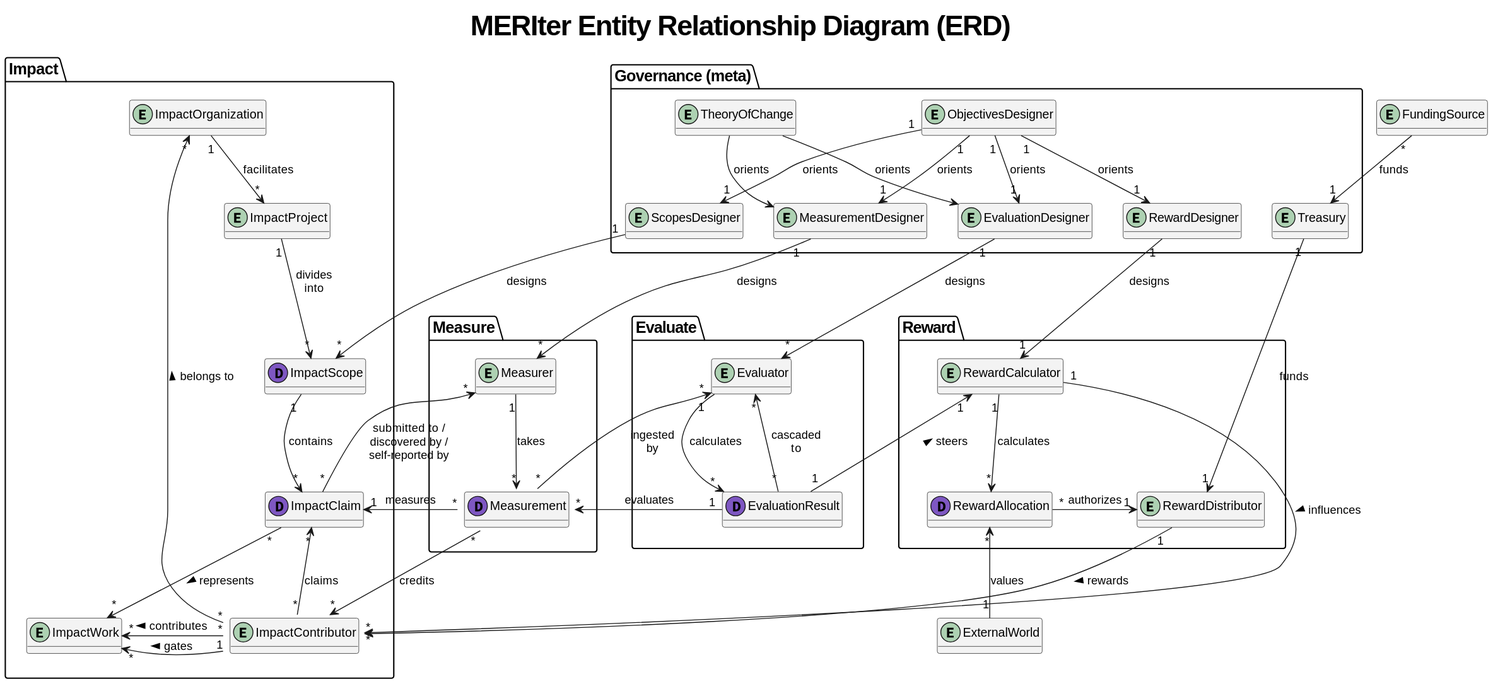
Above: diagrams/ERD.svg in aspiers/ImpactEvaluators (PlantUML), before the change.
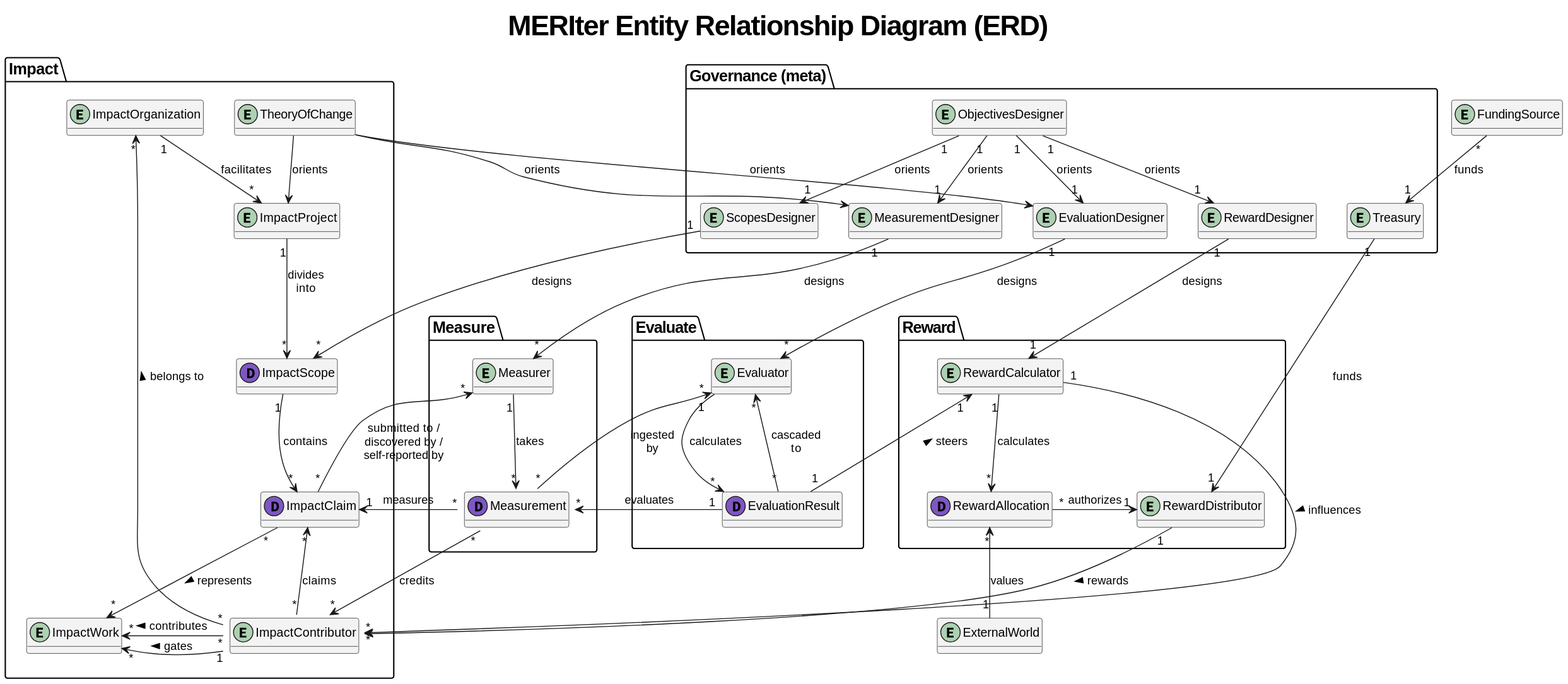
Above is the later version.

Commit message:
move TheoryOfChange to Impact package

The edit, as a diff of the source:
```diff
@@ -49,7 +49,6 @@
 !if ($isPackageVisible("Governance"))
 
 package "Governance (meta)" as Governance {
-    entity TheoryOfChange
     entity ObjectivesDesigner
     entity ScopesDesigner
     entity MeasurementDesigner
@@ -61,9 +60,6 @@
     ScopesDesigner -r[hidden]-> MeasurementDesigner
     MeasurementDesigner -r[hidden]-> EvaluationDesigner
     EvaluationDesigner -r[hidden]-> RewardDesigner
-    TheoryOfChange -d[hidden]-> ScopesDesigner
-    TheoryOfChange --> EvaluationDesigner : orients
-    TheoryOfChange --> MeasurementDesigner : orients
 
     ObjectivesDesigner "1" --> "1" ScopesDesigner : orients
     ObjectivesDesigner "1" --> "1" MeasurementDesigner : orients
@@ -74,6 +70,8 @@
 
 !if ($isPackageVisible("Impact"))
 package Impact {
+    entity TheoryOfChange
+
     entity ImpactOrganization {
         !if ($SHOW_FIELDS)
         organizationDID
@@ -129,6 +127,7 @@
         !endif
     }
 
+    TheoryOfChange -d-> ImpactProject : orients
     ImpactOrganization "1" -d-> "*" ImpactProject : facilitates
     ImpactProject "1" -d-> "*" ImpactScope : divides\ninto
     ImpactScope "1" -d-> "*" ImpactClaim : contains
@@ -235,6 +234,9 @@
 FundingSource "*" -d-> "1" Treasury : funds
 
 !if ($isPackageVisible("Impact"))
+TheoryOfChange -d[hidden]-> ScopesDesigner
+TheoryOfChange --> EvaluationDesigner : orients
+TheoryOfChange --> MeasurementDesigner : orients
 ImpactScope "*" <-l- "1" ScopesDesigner : designs
 !endif
 !if ($isPackageVisible("Measure"))
```
